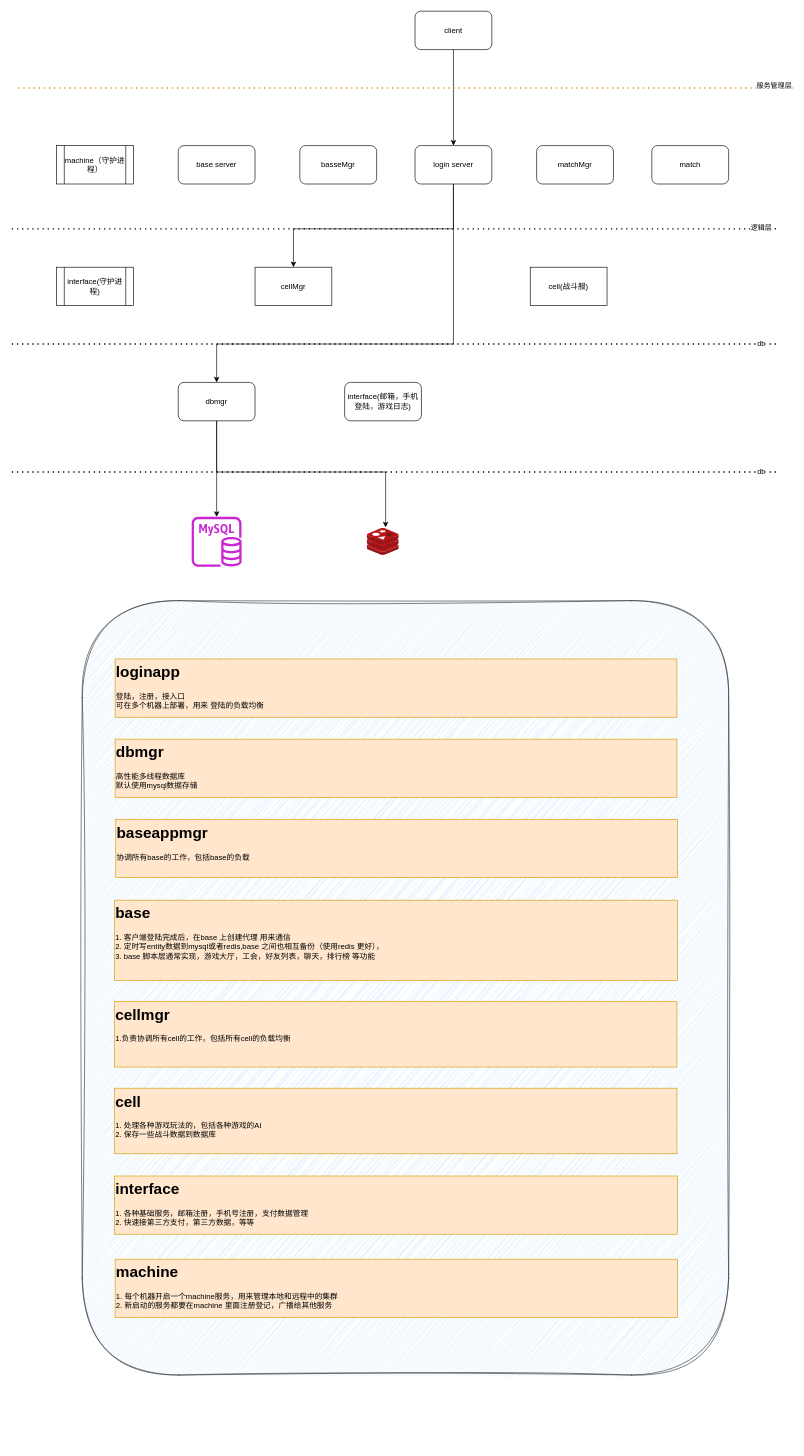
Before: images/kbengine.drawio in YuLingBo/c-_-, a draw.io diagram. Source tidied: cells renumbered, new cells numbered last; positions are measured from the earlier drawing's top-left corner, leaving out a move shared by most shapes. Both pictures are drawn from the tidied source at 64%, with x=0, y=0 at pixel (12, 11).
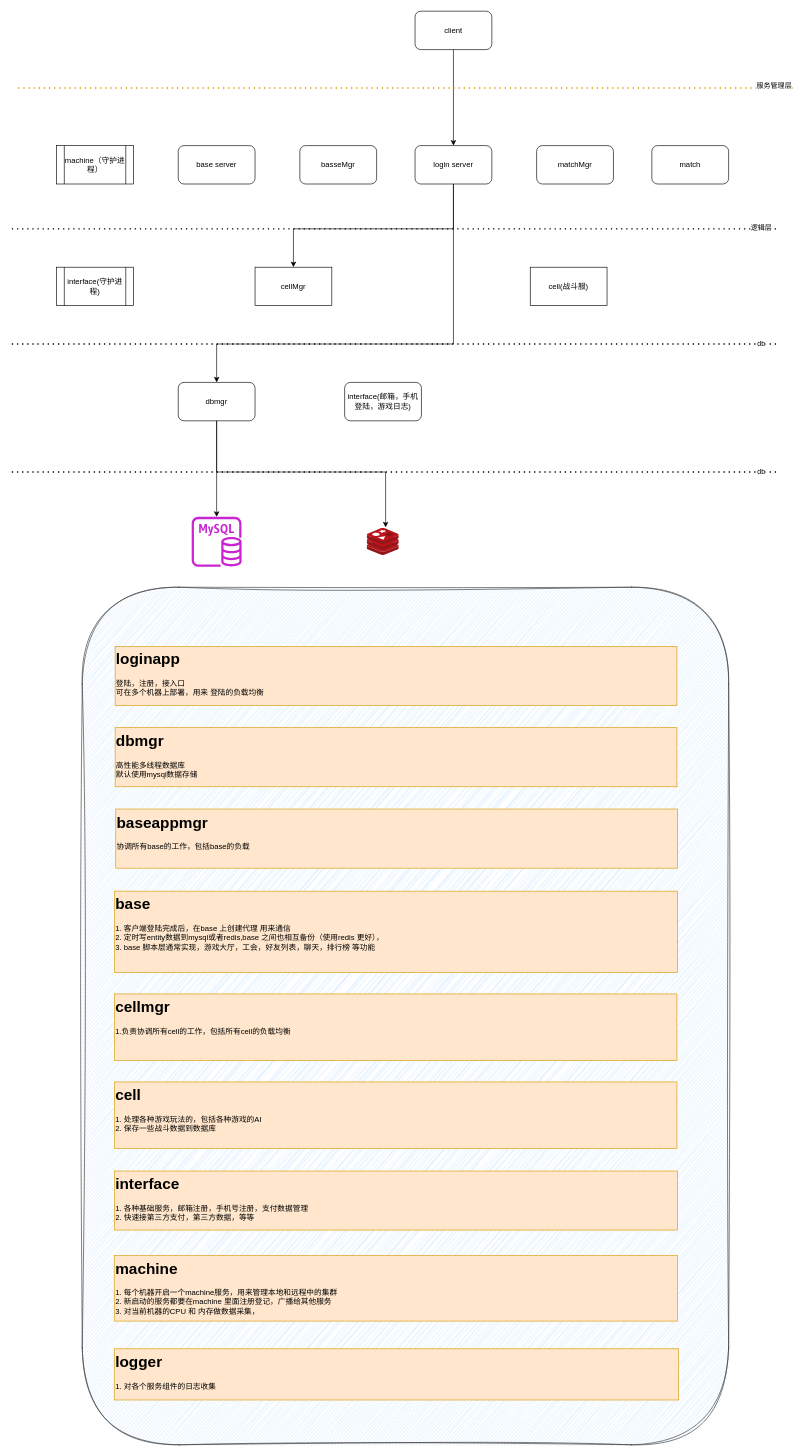
Above is the later version.

Commit message:
更新kbengine.drawio， 新增组件说明

Change to the diagram source:
```diff
@@
     <mxCell id="30" style="group;" parent="1" vertex="1">
-      <mxGeometry x="120" y="921" width="1000" height="1210" as="geometry" />
+      <mxGeometry x="120" y="900" width="1000" height="1340" as="geometry" />
     </mxCell>
     <mxCell id="31" style="rounded=1;whiteSpace=wrap;html=1;fillColor=#cce5ff;strokeColor=#36393d;sketch=1;curveFitting=1;jiggle=2;" parent="30" vertex="1">
-      <mxGeometry x="-10" width="1010" height="1210" as="geometry" />
+      <mxGeometry x="-10" width="1010" height="1340" as="geometry" />
     </mxCell>
     <mxCell id="32" value="&lt;h1 style=&quot;margin-top: 0px;&quot;&gt;loginapp&lt;/h1&gt;&lt;div&gt;登陆，注册，接入口&lt;/div&gt;&lt;div&gt;可在多个机器上部署，用来 登陆的负载均衡&lt;/div&gt;" style="text;html=1;whiteSpace=wrap;overflow=hidden;rounded=0;fillColor=#ffe6cc;strokeColor=#d79b00;" parent="30" vertex="1">
-      <mxGeometry x="41.4" y="91.1" width="877.8" height="91.1" as="geometry" />
+      <mxGeometry x="41.4" y="92.4" width="877.8" height="92.4" as="geometry" />
     </mxCell>
     <mxCell id="33" value="&lt;h1 style=&quot;margin-top: 0px;&quot;&gt;dbmgr&lt;/h1&gt;&lt;div&gt;高性能多线程数据库&lt;/div&gt;&lt;div&gt;默认使用mysql数据存储&lt;/div&gt;" style="text;html=1;whiteSpace=wrap;overflow=hidden;rounded=0;fillColor=#ffe6cc;strokeColor=#d79b00;" parent="30" vertex="1">
-      <mxGeometry x="41.4" y="216.4" width="877.8" height="91.1" as="geometry" />
+      <mxGeometry x="41.4" y="219.5" width="877.8" height="92.4" as="geometry" />
     </mxCell>
     <mxCell id="34" value="&lt;h1 style=&quot;margin-top: 0px;&quot;&gt;baseappmgr&lt;/h1&gt;&lt;div&gt;协调所有base的工作，包括base的负载&lt;/div&gt;" style="text;html=1;whiteSpace=wrap;overflow=hidden;rounded=0;fillColor=#ffe6cc;strokeColor=#d79b00;" parent="30" vertex="1">
-      <mxGeometry x="42.4" y="341.6" width="877.8" height="91.1" as="geometry" />
+      <mxGeometry x="42.4" y="346.6" width="877.8" height="92.4" as="geometry" />
     </mxCell>
     <mxCell id="35" value="&lt;h1 style=&quot;margin-top: 0px;&quot;&gt;base&lt;/h1&gt;&lt;div&gt;1. 客户端登陆完成后，在base 上创建代理 用来通信&lt;/div&gt;&lt;div&gt;2. 定时写entity数据到mysql或者redis,base 之间也相互备份（使用redis 更好），&lt;/div&gt;&lt;div&gt;3. base 脚本层通常实现，游戏大厅，工会，好友列表，聊天，排行榜 等功能&lt;/div&gt;" style="text;html=1;whiteSpace=wrap;overflow=hidden;rounded=0;fillColor=#ffe6cc;strokeColor=#d79b00;" parent="30" vertex="1">
-      <mxGeometry x="40.4" y="468" width="879.8" height="125.3" as="geometry" />
+      <mxGeometry x="40.4" y="474.9" width="879.8" height="127.1" as="geometry" />
     </mxCell>
     <mxCell id="36" value="&lt;h1 style=&quot;margin-top: 0px;&quot;&gt;cellmgr&lt;/h1&gt;&lt;div&gt;1.负责协调所有cell的工作，包括所有cell的负载均衡&lt;/div&gt;" style="text;html=1;whiteSpace=wrap;overflow=hidden;rounded=0;fillColor=#ffe6cc;strokeColor=#d79b00;" parent="30" vertex="1">
-      <mxGeometry x="40.4" y="626.3" width="878.8" height="102.5" as="geometry" />
+      <mxGeometry x="40.4" y="635.5" width="878.8" height="104" as="geometry" />
     </mxCell>
     <mxCell id="37" value="&lt;h1 style=&quot;margin-top: 0px;&quot;&gt;cell&lt;/h1&gt;&lt;h1 style=&quot;margin-top: 0px;&quot;&gt;&lt;div style=&quot;font-size: 12px; font-weight: 400;&quot;&gt;1. 处理各种游戏玩法的，包括各种游戏的AI&lt;/div&gt;&lt;div style=&quot;font-size: 12px; font-weight: 400;&quot;&gt;2. 保存一些战斗数据到数据库&lt;/div&gt;&lt;/h1&gt;" style="text;html=1;whiteSpace=wrap;overflow=hidden;rounded=0;fillColor=#ffe6cc;strokeColor=#d79b00;" parent="30" vertex="1">
-      <mxGeometry x="40.4" y="761.8" width="878.8" height="102.5" as="geometry" />
+      <mxGeometry x="40.4" y="773" width="878.8" height="104" as="geometry" />
     </mxCell>
     <mxCell id="38" value="&lt;h1 style=&quot;margin-top: 0px;&quot;&gt;interface&lt;/h1&gt;&lt;div&gt;1. 各种基础服务，邮箱注册，手机号注册，支付数据管理&lt;/div&gt;&lt;div&gt;2. 快速接第三方支付，第三方数据，等等&lt;/div&gt;" style="text;html=1;whiteSpace=wrap;overflow=hidden;rounded=0;fillColor=#ffe6cc;strokeColor=#d79b00;" parent="30" vertex="1">
-      <mxGeometry x="40.4" y="899" width="879.6" height="91" as="geometry" />
+      <mxGeometry x="40.4" y="912.2" width="879.6" height="92.3" as="geometry" />
     </mxCell>
-    <mxCell id="39" value="&lt;h1 style=&quot;margin-top: 0px;&quot;&gt;machine&lt;/h1&gt;&lt;div&gt;1. 每个机器开启一个machine服务，用来管理本地和远程中的集群&lt;/div&gt;&lt;div&gt;2. 新启动的服务都要在machine 里面注册登记，广播给其他服务&lt;/div&gt;" style="text;html=1;whiteSpace=wrap;overflow=hidden;rounded=0;fillColor=#ffe6cc;strokeColor=#d79b00;" parent="30" vertex="1">
-      <mxGeometry x="41.4" y="1029" width="878.6" height="91" as="geometry" />
+    <mxCell id="39" value="&lt;h1 style=&quot;margin-top: 0px;&quot;&gt;machine&lt;/h1&gt;&lt;div&gt;1. 每个机器开启一个machine服务，用来管理本地和远程中的集群&lt;/div&gt;&lt;div&gt;2. 新启动的服务都要在machine 里面注册登记，广播给其他服务&lt;/div&gt;&lt;div&gt;3. 对当前机器的CPU 和 内存做数据采集，&lt;/div&gt;" style="text;html=1;whiteSpace=wrap;overflow=hidden;rounded=0;fillColor=#ffe6cc;strokeColor=#d79b00;" parent="30" vertex="1">
+      <mxGeometry x="40" y="1044.2" width="880" height="102.5" as="geometry" />
     </mxCell>
+    <mxCell id="40" value="&lt;h1 style=&quot;margin-top: 0px;&quot;&gt;logger&lt;/h1&gt;&lt;div&gt;1. 对各个服务组件的日志收集&lt;/div&gt;" style="text;html=1;whiteSpace=wrap;overflow=hidden;rounded=0;fillColor=#ffe6cc;strokeColor=#d79b00;" parent="30" vertex="1">
+      <mxGeometry x="40" y="1190" width="882" height="80" as="geometry" />
+    </mxCell>
```
